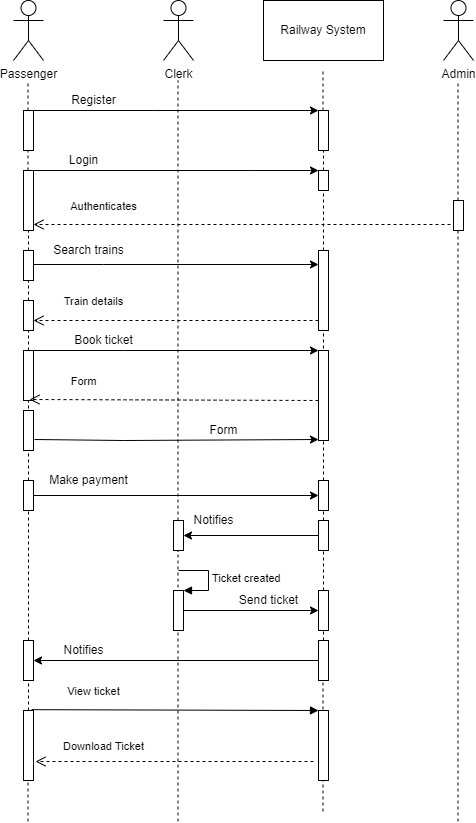
Mydhili-murali/ust-prograd-training keeps this draw.io diagram as Day-10 Object Modelling diagrams/Train Reservation System/Sequence Diagram.drawio.png. Above is the earlier version. Source tidied: cells renumbered, new cells last; positions are measured from the earlier drawing's top-left corner, leaving out a move shared by most shapes.
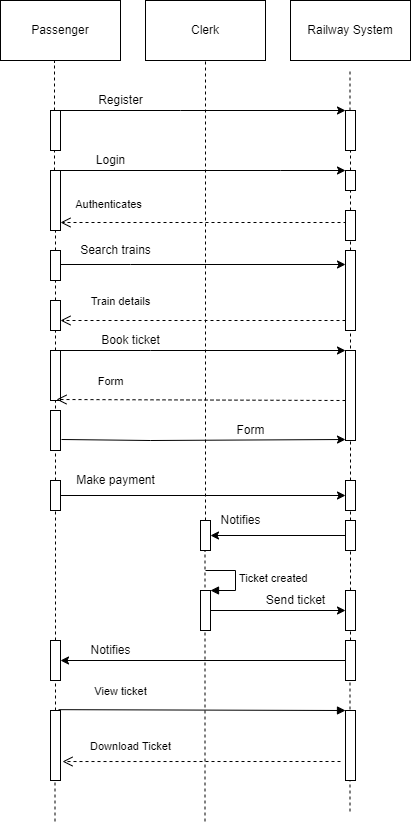
After the change.

Diff of the diagram source:
```diff
@@ -2,38 +2,20 @@
   <root>
     <mxCell id="0" />
     <mxCell id="1" parent="0" />
-    <mxCell id="2" value="Passenger" style="shape=umlActor;verticalLabelPosition=bottom;verticalAlign=top;html=1;outlineConnect=0;" parent="1" vertex="1">
-      <mxGeometry width="30" height="60" as="geometry" />
-    </mxCell>
-    <mxCell id="3" value="Admin" style="shape=umlActor;verticalLabelPosition=bottom;verticalAlign=top;html=1;" parent="1" vertex="1">
-      <mxGeometry x="430" width="30" height="60" as="geometry" />
-    </mxCell>
-    <mxCell id="4" value="Clerk" style="shape=umlActor;verticalLabelPosition=bottom;verticalAlign=top;html=1;outlineConnect=0;" parent="1" vertex="1">
-      <mxGeometry x="150" width="30" height="60" as="geometry" />
-    </mxCell>
     <mxCell id="5" value="Railway System" style="rounded=0;whiteSpace=wrap;html=1;" parent="1" vertex="1">
       <mxGeometry x="250" width="120" height="60" as="geometry" />
     </mxCell>
-    <mxCell id="6" style="endArrow=none;dashed=1;html=1;rounded=0;startArrow=none;" parent="1" edge="1" source="16">
-      <mxGeometry relative="1" as="geometry">
-        <mxPoint x="14.5" y="80" as="targetPoint" />
-      </mxGeometry>
+    <mxCell id="6" style="endArrow=none;dashed=1;html=1;rounded=0;startArrow=none;entryX=0.45;entryY=1.017;entryDx=0;entryDy=0;entryPerimeter=0;" parent="1" edge="1" source="16" target="2">
+      <mxGeometry relative="1" as="geometry" />
     </mxCell>
-    <mxCell id="7" style="endArrow=none;dashed=1;html=1;rounded=0;startArrow=none;" parent="1" edge="1" source="51">
-      <mxGeometry relative="1" as="geometry">
-        <mxPoint x="164.5" y="80" as="targetPoint" />
-      </mxGeometry>
+    <mxCell id="7" style="endArrow=none;dashed=1;html=1;rounded=0;startArrow=none;entryX=0.5;entryY=1;entryDx=0;entryDy=0;" parent="1" edge="1" source="51" target="4">
+      <mxGeometry relative="1" as="geometry" />
     </mxCell>
     <mxCell id="8" style="endArrow=none;dashed=1;html=1;rounded=0;startArrow=none;" parent="1" edge="1" source="12">
       <mxGeometry relative="1" as="geometry">
         <mxPoint x="309.5" y="70" as="targetPoint" />
       </mxGeometry>
     </mxCell>
-    <mxCell id="9" style="endArrow=none;dashed=1;html=1;rounded=0;startArrow=none;" parent="1" edge="1" source="21">
-      <mxGeometry relative="1" as="geometry">
-        <mxPoint x="444.5" y="80" as="targetPoint" />
-      </mxGeometry>
-    </mxCell>
     <mxCell id="10" style="edgeStyle=orthogonalEdgeStyle;rounded=0;jettySize=auto;html=1;" parent="1" edge="1" source="11" target="12">
       <mxGeometry relative="1" as="geometry">
         <Array as="points">
@@ -71,21 +53,13 @@
     <mxCell id="18" style="html=1;points=[];perimeter=orthogonalPerimeter;" parent="1" vertex="1">
       <mxGeometry x="305" y="170" width="10" height="20" as="geometry" />
     </mxCell>
-    <mxCell id="19" style="endArrow=none;dashed=1;html=1;rounded=0;startArrow=none;" parent="1" edge="1" source="27" target="18">
+    <mxCell id="19" style="endArrow=none;dashed=1;html=1;rounded=0;startArrow=none;" parent="1" edge="1" source="71" target="18">
       <mxGeometry relative="1" as="geometry" />
     </mxCell>
     <mxCell id="20" value="Login" style="text;html=1;align=center;verticalAlign=middle;strokeColor=none;fillColor=none;" parent="1" vertex="1">
       <mxGeometry x="50" y="150" width="40" height="20" as="geometry" />
     </mxCell>
-    <mxCell id="21" style="html=1;points=[];perimeter=orthogonalPerimeter;" parent="1" vertex="1">
-      <mxGeometry x="440" y="200" width="10" height="30" as="geometry" />
-    </mxCell>
-    <mxCell id="22" style="endArrow=none;dashed=1;html=1;rounded=0;" parent="1" edge="1" target="21">
-      <mxGeometry relative="1" as="geometry">
-        <mxPoint x="444.5" y="821" as="sourcePoint" />
-      </mxGeometry>
-    </mxCell>
-    <mxCell id="23" value="Authenticates" style="html=1;verticalAlign=bottom;endArrow=open;dashed=1;endSize=8;rounded=0;exitX=-0.3;exitY=0.8;exitDx=0;exitDy=0;exitPerimeter=0;" parent="1" edge="1" source="21" target="16">
+    <mxCell id="23" value="Authenticates" style="html=1;verticalAlign=bottom;endArrow=open;dashed=1;endSize=8;rounded=0;exitX=0.1;exitY=0.4;exitDx=0;exitDy=0;exitPerimeter=0;" parent="1" edge="1" source="71" target="16">
       <mxGeometry x="0.66" y="-9" relative="1" as="geometry" />
     </mxCell>
     <mxCell id="24" style="edgeStyle=orthogonalEdgeStyle;rounded=0;jettySize=auto;html=1;entryX=0;entryY=0.175;entryDx=0;entryDy=0;entryPerimeter=0;" parent="1" edge="1" source="25" target="27">
@@ -260,5 +234,17 @@
         <mxPoint x="14.5" y="821" as="sourcePoint" />
       </mxGeometry>
     </mxCell>
+    <mxCell id="2" value="Passenger" style="rounded=0;whiteSpace=wrap;html=1;" parent="1" vertex="1">
+      <mxGeometry x="-40" width="120" height="60" as="geometry" />
+    </mxCell>
+    <mxCell id="4" value="Clerk" style="rounded=0;whiteSpace=wrap;html=1;" parent="1" vertex="1">
+      <mxGeometry x="105" width="120" height="60" as="geometry" />
+    </mxCell>
+    <mxCell id="71" style="html=1;points=[];perimeter=orthogonalPerimeter;" parent="1" vertex="1">
+      <mxGeometry x="305" y="210" width="10" height="30" as="geometry" />
+    </mxCell>
+    <mxCell id="72" style="endArrow=none;dashed=1;html=1;rounded=0;startArrow=none;" parent="1" edge="1" source="27" target="71">
+      <mxGeometry relative="1" as="geometry" />
+    </mxCell>
   </root>
 </mxGraphModel>
```
